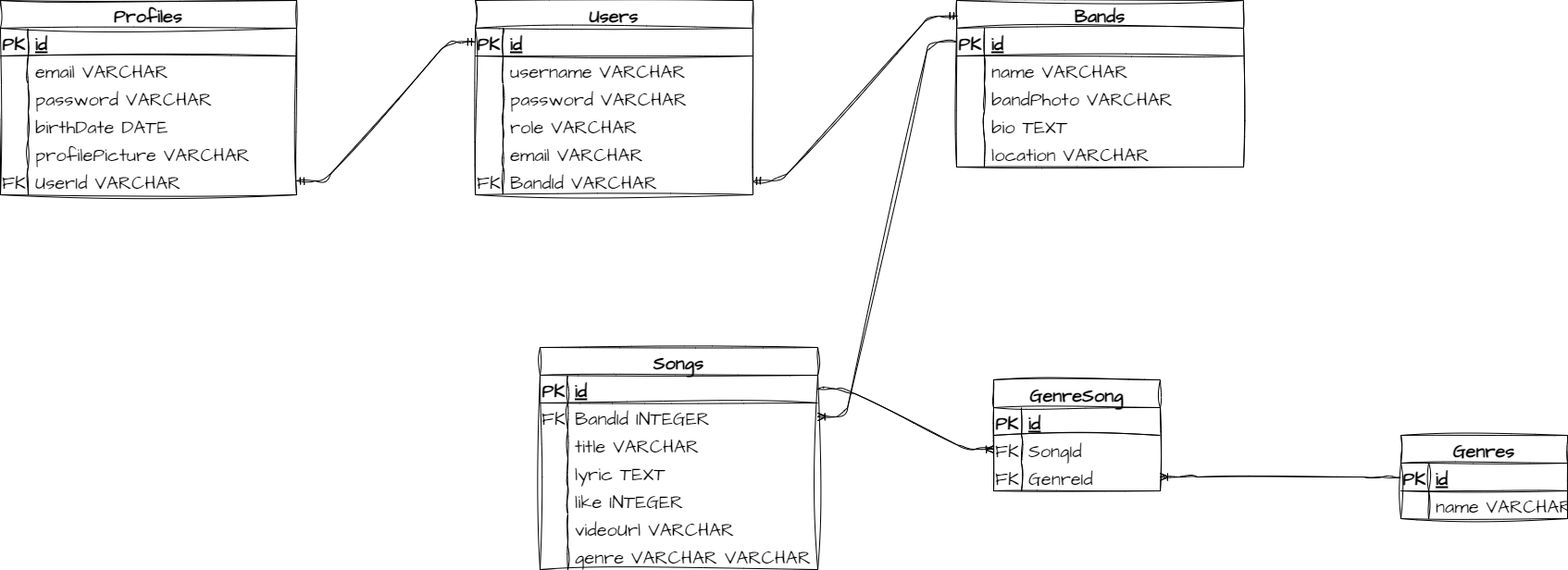
rafizuaf/soundTown keeps this draw.io diagram as erd/erd.drawio.png. Above is the earlier version. Source tidied: cells renumbered, new cells last; positions are measured from the earlier drawing's top-left corner, leaving out a move shared by most shapes.
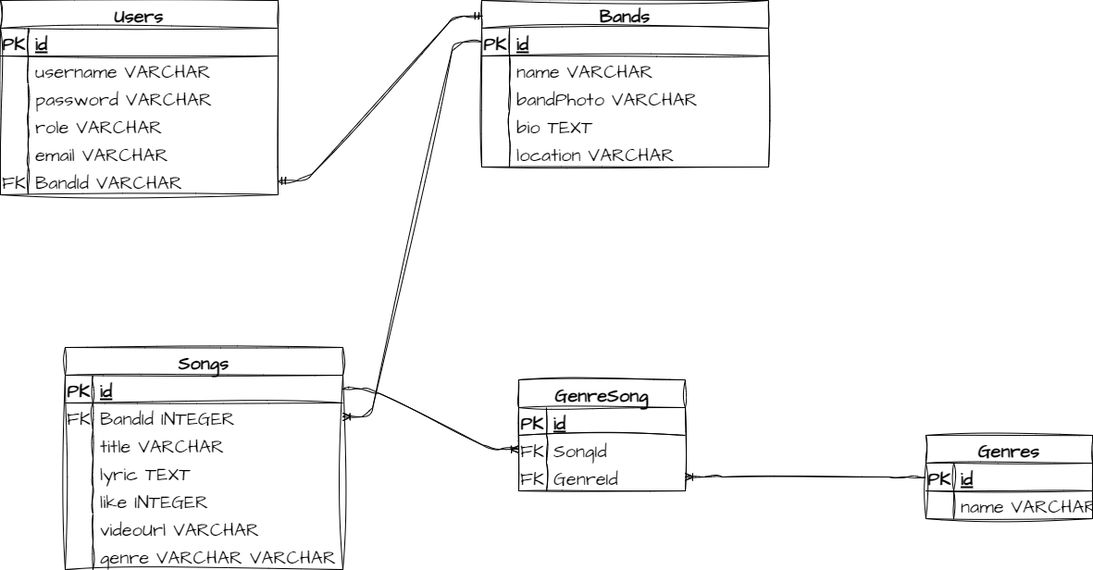
The same file after the commit.

What changed in the source:
```diff
@@ -236,65 +236,5 @@
     <mxCell id="79" style="edgeStyle=entityRelationEdgeStyle;fontSize=12;html=1;endArrow=ERoneToMany;sketch=1;hachureGap=4;jiggle=2;curveFitting=1;fontFamily=Architects Daughter;fontSource=https%3A%2F%2Ffonts.googleapis.com%2Fcss%3Ffamily%3DArchitects%2BDaughter;entryX=1;entryY=0.5;entryDx=0;entryDy=0;exitX=0;exitY=0.5;exitDx=0;exitDy=0;" parent="1" edge="1" source="62" target="75">
       <mxGeometry relative="1" as="geometry" />
     </mxCell>
-    <mxCell id="80" value="Profiles" style="shape=table;startSize=30;rowLines=0;fontStyle=1;align=center;sketch=1;hachureGap=4;jiggle=2;curveFitting=1;fontFamily=Architects Daughter;fontSource=https%3A%2F%2Ffonts.googleapis.com%2Fcss%3Ffamily%3DArchitects%2BDaughter;fontSize=20;" parent="1" vertex="1">
-      <mxGeometry width="320" height="210" as="geometry" />
-    </mxCell>
-    <mxCell id="81" style="shape=tableRow;horizontal=0;startSize=0;swimlaneHead=0;swimlaneBody=0;fillColor=none;top=0;left=0;right=0;bottom=1;sketch=1;hachureGap=4;jiggle=2;curveFitting=1;fontFamily=Architects Daughter;fontSource=https%3A%2F%2Ffonts.googleapis.com%2Fcss%3Ffamily%3DArchitects%2BDaughter;fontSize=20;" parent="80" vertex="1">
-      <mxGeometry y="30" width="320" height="30" as="geometry" />
-    </mxCell>
-    <mxCell id="82" value="PK" style="shape=partialRectangle;fillColor=none;top=0;left=0;bottom=0;right=0;fontStyle=1;overflow=hidden;sketch=1;hachureGap=4;jiggle=2;curveFitting=1;fontFamily=Architects Daughter;fontSource=https%3A%2F%2Ffonts.googleapis.com%2Fcss%3Ffamily%3DArchitects%2BDaughter;fontSize=20;" parent="81" vertex="1">
-      <mxGeometry width="30" height="30" as="geometry" />
-    </mxCell>
-    <mxCell id="83" value="id" style="shape=partialRectangle;fillColor=none;top=0;left=0;bottom=0;right=0;align=left;spacingLeft=6;fontStyle=5;overflow=hidden;sketch=1;hachureGap=4;jiggle=2;curveFitting=1;fontFamily=Architects Daughter;fontSource=https%3A%2F%2Ffonts.googleapis.com%2Fcss%3Ffamily%3DArchitects%2BDaughter;fontSize=20;" parent="81" vertex="1">
-      <mxGeometry x="30" width="290" height="30" as="geometry" />
-    </mxCell>
-    <mxCell id="84" style="shape=tableRow;horizontal=0;startSize=0;swimlaneHead=0;swimlaneBody=0;fillColor=none;top=0;left=0;right=0;bottom=0;sketch=1;hachureGap=4;jiggle=2;curveFitting=1;fontFamily=Architects Daughter;fontSource=https%3A%2F%2Ffonts.googleapis.com%2Fcss%3Ffamily%3DArchitects%2BDaughter;fontSize=20;" parent="80" vertex="1">
-      <mxGeometry y="60" width="320" height="30" as="geometry" />
-    </mxCell>
-    <mxCell id="85" style="shape=partialRectangle;fillColor=none;top=0;left=0;bottom=0;right=0;overflow=hidden;sketch=1;hachureGap=4;jiggle=2;curveFitting=1;fontFamily=Architects Daughter;fontSource=https%3A%2F%2Ffonts.googleapis.com%2Fcss%3Ffamily%3DArchitects%2BDaughter;fontSize=20;" parent="84" vertex="1">
-      <mxGeometry width="30" height="30" as="geometry" />
-    </mxCell>
-    <mxCell id="86" value="email VARCHAR" style="shape=partialRectangle;fillColor=none;top=0;left=0;bottom=0;right=0;align=left;spacingLeft=6;overflow=hidden;sketch=1;hachureGap=4;jiggle=2;curveFitting=1;fontFamily=Architects Daughter;fontSource=https%3A%2F%2Ffonts.googleapis.com%2Fcss%3Ffamily%3DArchitects%2BDaughter;fontSize=20;" parent="84" vertex="1">
-      <mxGeometry x="30" width="290" height="30" as="geometry" />
-    </mxCell>
-    <mxCell id="87" style="shape=tableRow;horizontal=0;startSize=0;swimlaneHead=0;swimlaneBody=0;fillColor=none;top=0;left=0;right=0;bottom=0;sketch=1;hachureGap=4;jiggle=2;curveFitting=1;fontFamily=Architects Daughter;fontSource=https%3A%2F%2Ffonts.googleapis.com%2Fcss%3Ffamily%3DArchitects%2BDaughter;fontSize=20;" parent="80" vertex="1">
-      <mxGeometry y="90" width="320" height="30" as="geometry" />
-    </mxCell>
-    <mxCell id="88" style="shape=partialRectangle;fillColor=none;top=0;left=0;bottom=0;right=0;overflow=hidden;sketch=1;hachureGap=4;jiggle=2;curveFitting=1;fontFamily=Architects Daughter;fontSource=https%3A%2F%2Ffonts.googleapis.com%2Fcss%3Ffamily%3DArchitects%2BDaughter;fontSize=20;" parent="87" vertex="1">
-      <mxGeometry width="30" height="30" as="geometry" />
-    </mxCell>
-    <mxCell id="89" value="password VARCHAR" style="shape=partialRectangle;fillColor=none;top=0;left=0;bottom=0;right=0;align=left;spacingLeft=6;overflow=hidden;sketch=1;hachureGap=4;jiggle=2;curveFitting=1;fontFamily=Architects Daughter;fontSource=https%3A%2F%2Ffonts.googleapis.com%2Fcss%3Ffamily%3DArchitects%2BDaughter;fontSize=20;" parent="87" vertex="1">
-      <mxGeometry x="30" width="290" height="30" as="geometry" />
-    </mxCell>
-    <mxCell id="90" style="shape=tableRow;horizontal=0;startSize=0;swimlaneHead=0;swimlaneBody=0;fillColor=none;top=0;left=0;right=0;bottom=0;sketch=1;hachureGap=4;jiggle=2;curveFitting=1;fontFamily=Architects Daughter;fontSource=https%3A%2F%2Ffonts.googleapis.com%2Fcss%3Ffamily%3DArchitects%2BDaughter;fontSize=20;" parent="80" vertex="1">
-      <mxGeometry y="120" width="320" height="30" as="geometry" />
-    </mxCell>
-    <mxCell id="91" style="shape=partialRectangle;fillColor=none;top=0;left=0;bottom=0;right=0;overflow=hidden;sketch=1;hachureGap=4;jiggle=2;curveFitting=1;fontFamily=Architects Daughter;fontSource=https%3A%2F%2Ffonts.googleapis.com%2Fcss%3Ffamily%3DArchitects%2BDaughter;fontSize=20;" parent="90" vertex="1">
-      <mxGeometry width="30" height="30" as="geometry" />
-    </mxCell>
-    <mxCell id="92" value="birthDate DATE" style="shape=partialRectangle;fillColor=none;top=0;left=0;bottom=0;right=0;align=left;spacingLeft=6;overflow=hidden;sketch=1;hachureGap=4;jiggle=2;curveFitting=1;fontFamily=Architects Daughter;fontSource=https%3A%2F%2Ffonts.googleapis.com%2Fcss%3Ffamily%3DArchitects%2BDaughter;fontSize=20;" parent="90" vertex="1">
-      <mxGeometry x="30" width="290" height="30" as="geometry" />
-    </mxCell>
-    <mxCell id="93" style="shape=tableRow;horizontal=0;startSize=0;swimlaneHead=0;swimlaneBody=0;fillColor=none;top=0;left=0;right=0;bottom=0;sketch=1;hachureGap=4;jiggle=2;curveFitting=1;fontFamily=Architects Daughter;fontSource=https%3A%2F%2Ffonts.googleapis.com%2Fcss%3Ffamily%3DArchitects%2BDaughter;fontSize=20;" parent="80" vertex="1">
-      <mxGeometry y="150" width="320" height="30" as="geometry" />
-    </mxCell>
-    <mxCell id="94" style="shape=partialRectangle;fillColor=none;top=0;left=0;bottom=0;right=0;overflow=hidden;sketch=1;hachureGap=4;jiggle=2;curveFitting=1;fontFamily=Architects Daughter;fontSource=https%3A%2F%2Ffonts.googleapis.com%2Fcss%3Ffamily%3DArchitects%2BDaughter;fontSize=20;" parent="93" vertex="1">
-      <mxGeometry width="30" height="30" as="geometry" />
-    </mxCell>
-    <mxCell id="95" value="profilePicture VARCHAR" style="shape=partialRectangle;fillColor=none;top=0;left=0;bottom=0;right=0;align=left;spacingLeft=6;overflow=hidden;sketch=1;hachureGap=4;jiggle=2;curveFitting=1;fontFamily=Architects Daughter;fontSource=https%3A%2F%2Ffonts.googleapis.com%2Fcss%3Ffamily%3DArchitects%2BDaughter;fontSize=20;" parent="93" vertex="1">
-      <mxGeometry x="30" width="290" height="30" as="geometry" />
-    </mxCell>
-    <mxCell id="96" style="shape=tableRow;horizontal=0;startSize=0;swimlaneHead=0;swimlaneBody=0;fillColor=none;points=[[0,0.5],[1,0.5]];portConstraint=eastwest;top=0;left=0;right=0;bottom=0;sketch=1;hachureGap=4;jiggle=2;curveFitting=1;fontFamily=Architects Daughter;fontSource=https%3A%2F%2Ffonts.googleapis.com%2Fcss%3Ffamily%3DArchitects%2BDaughter;fontSize=20;" parent="80" vertex="1">
-      <mxGeometry y="180" width="320" height="30" as="geometry" />
-    </mxCell>
-    <mxCell id="97" value="FK" style="shape=partialRectangle;fillColor=none;top=0;left=0;bottom=0;right=0;overflow=hidden;sketch=1;hachureGap=4;jiggle=2;curveFitting=1;fontFamily=Architects Daughter;fontSource=https%3A%2F%2Ffonts.googleapis.com%2Fcss%3Ffamily%3DArchitects%2BDaughter;fontSize=20;" parent="96" vertex="1">
-      <mxGeometry width="30" height="30" as="geometry" />
-    </mxCell>
-    <mxCell id="98" value="UserId VARCHAR" style="shape=partialRectangle;fillColor=none;top=0;left=0;bottom=0;right=0;align=left;spacingLeft=6;overflow=hidden;sketch=1;hachureGap=4;jiggle=2;curveFitting=1;fontFamily=Architects Daughter;fontSource=https%3A%2F%2Ffonts.googleapis.com%2Fcss%3Ffamily%3DArchitects%2BDaughter;fontSize=20;" parent="96" vertex="1">
-      <mxGeometry x="30" width="290" height="30" as="geometry" />
-    </mxCell>
-    <mxCell id="99" style="edgeStyle=entityRelationEdgeStyle;fontSize=12;html=1;endArrow=ERmandOne;startArrow=ERmandOne;sketch=1;hachureGap=4;jiggle=2;curveFitting=1;fontFamily=Architects Daughter;fontSource=https%3A%2F%2Ffonts.googleapis.com%2Fcss%3Ffamily%3DArchitects%2BDaughter;exitX=1;exitY=0.5;exitDx=0;exitDy=0;entryX=0;entryY=0.5;entryDx=0;entryDy=0;" parent="1" edge="1" source="96" target="3">
-      <mxGeometry relative="1" as="geometry" />
-    </mxCell>
   </root>
 </mxGraphModel>
```
